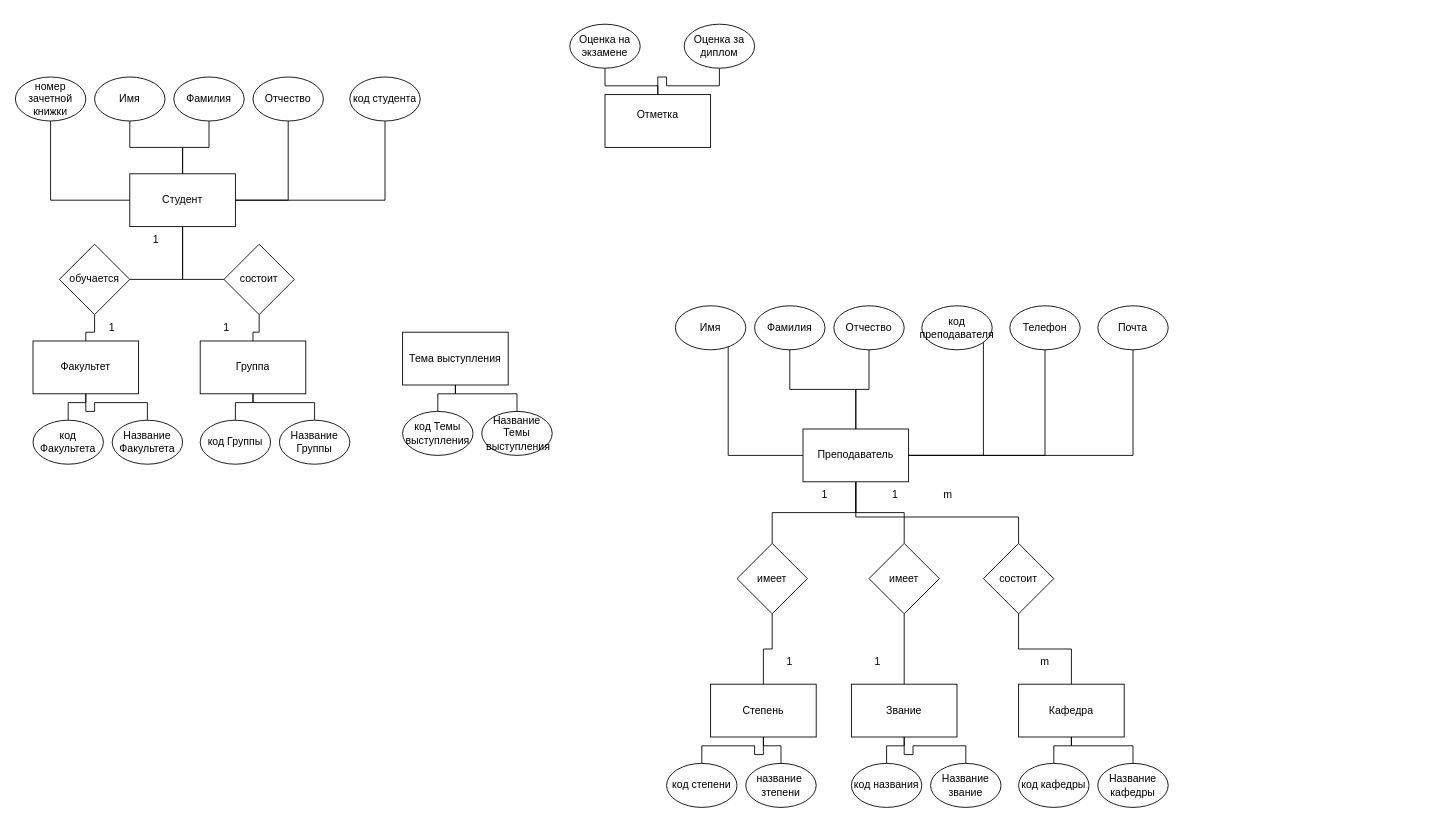
Before: Диаграмма без названия.drawio in di-not/Data-Bases-Laboratory-Works, a draw.io diagram. Source tidied: cells renumbered, new cells numbered last; positions are measured from the earlier drawing's top-left corner, leaving out a move shared by most shapes. Both pictures are drawn from the tidied source at 88%, with x=0, y=0 at pixel (15, 24).
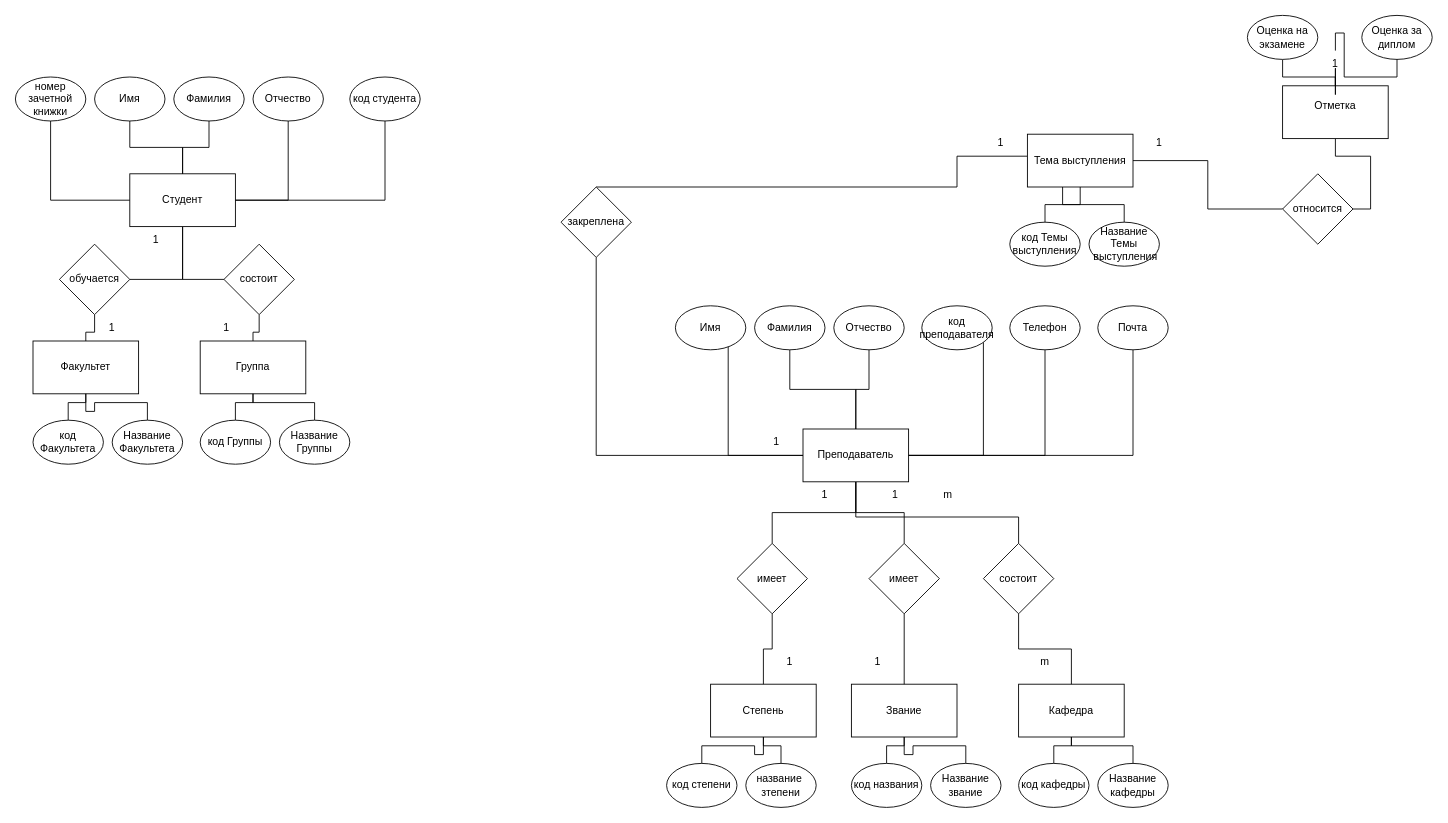
The same diagram, later.

The change refers to these unchanged cells:
```xml
<mxCell id="20" value="Преподаватель" style="rounded=0;whiteSpace=wrap;html=1;" parent="1" vertex="1">
  <mxGeometry x="895" y="460" width="120" height="60" as="geometry" />
</mxCell>
```

The edit, as a diff of the source:
```diff
@@
+    <mxCell id="85" style="edgeStyle=orthogonalEdgeStyle;rounded=0;jettySize=auto;html=1;entryX=0.5;entryY=0;entryDx=0;entryDy=0;endArrow=none;endFill=0;" parent="1" edge="1" source="58" target="88">
+      <mxGeometry relative="1" as="geometry">
+        <Array as="points">
+          <mxPoint x="1070" y="150" />
+          <mxPoint x="1070" y="185" />
+        </Array>
+      </mxGeometry>
+    </mxCell>
     <mxCell id="58" value="Тема выступления" style="rounded=0;whiteSpace=wrap;html=1;" parent="1" vertex="1">
-      <mxGeometry x="440" y="350" width="120" height="60" as="geometry" />
+      <mxGeometry x="1150" y="125" width="120" height="60" as="geometry" />
     </mxCell>
@@
     <mxCell id="60" value="код Темы выступления" style="ellipse;whiteSpace=wrap;html=1;" parent="1" vertex="1">
-      <mxGeometry x="440" y="440" width="80" height="50" as="geometry" />
+      <mxGeometry x="1130" y="225" width="80" height="50" as="geometry" />
     </mxCell>
     <mxCell id="61" style="edgeStyle=orthogonalEdgeStyle;rounded=0;jettySize=auto;html=1;endArrow=none;endFill=0;" parent="1" edge="1" source="62" target="58">
       <mxGeometry relative="1" as="geometry">
         <Array as="points">
-          <mxPoint x="570" y="420" />
-          <mxPoint x="500" y="420" />
+          <mxPoint x="1260" y="205" />
+          <mxPoint x="1190" y="205" />
         </Array>
       </mxGeometry>
     </mxCell>
     <mxCell id="62" value="Название Темы&lt;div&gt;&amp;nbsp;выступления&lt;/div&gt;" style="ellipse;whiteSpace=wrap;html=1;" parent="1" vertex="1">
-      <mxGeometry x="530" y="440" width="80" height="50" as="geometry" />
+      <mxGeometry x="1220" y="225" width="80" height="50" as="geometry" />
     </mxCell>
+    <mxCell id="86" style="edgeStyle=orthogonalEdgeStyle;rounded=0;jettySize=auto;html=1;entryX=1;entryY=0.5;entryDx=0;entryDy=0;endArrow=none;endFill=0;" parent="1" edge="1" source="63" target="90">
+      <mxGeometry relative="1" as="geometry" />
+    </mxCell>
     <mxCell id="63" value="Отметка&lt;div&gt;&lt;br&gt;&lt;/div&gt;" style="rounded=0;whiteSpace=wrap;html=1;" parent="1" vertex="1">
-      <mxGeometry x="670" y="80" width="120" height="60" as="geometry" />
+      <mxGeometry x="1440" y="70" width="120" height="60" as="geometry" />
     </mxCell>
@@
     <mxCell id="65" value="Оценка на экзамене" style="ellipse;whiteSpace=wrap;html=1;" parent="1" vertex="1">
-      <mxGeometry x="630" width="80" height="50" as="geometry" />
+      <mxGeometry x="1400" y="-10" width="80" height="50" as="geometry" />
     </mxCell>
-    <mxCell id="66" style="edgeStyle=orthogonalEdgeStyle;rounded=0;jettySize=auto;html=1;endArrow=none;endFill=0;" parent="1" edge="1" source="67" target="63">
+    <mxCell id="66" style="edgeStyle=orthogonalEdgeStyle;rounded=0;jettySize=auto;html=1;endArrow=none;endFill=0;" parent="1" edge="1" source="92" target="63">
       <mxGeometry relative="1" as="geometry" />
     </mxCell>
     <mxCell id="67" value="Оценка за диплом" style="ellipse;whiteSpace=wrap;html=1;" parent="1" vertex="1">
-      <mxGeometry x="760" width="80" height="50" as="geometry" />
+      <mxGeometry x="1530" y="-10" width="80" height="50" as="geometry" />
     </mxCell>
@@
+    <mxCell id="87" style="edgeStyle=orthogonalEdgeStyle;rounded=0;jettySize=auto;html=1;entryX=0;entryY=0.5;entryDx=0;entryDy=0;endArrow=none;endFill=0;" parent="1" edge="1" source="88" target="20">
+      <mxGeometry relative="1" as="geometry">
+        <Array as="points">
+          <mxPoint x="660" y="490" />
+        </Array>
+      </mxGeometry>
+    </mxCell>
+    <mxCell id="88" value="закреплена" style="rhombus;whiteSpace=wrap;html=1;" parent="1" vertex="1">
+      <mxGeometry x="620" y="185" width="80" height="80" as="geometry" />
+    </mxCell>
+    <mxCell id="89" style="edgeStyle=orthogonalEdgeStyle;rounded=0;jettySize=auto;html=1;entryX=1;entryY=0.5;entryDx=0;entryDy=0;endArrow=none;endFill=0;" parent="1" edge="1" source="90" target="58">
+      <mxGeometry relative="1" as="geometry" />
+    </mxCell>
+    <mxCell id="90" value="относится" style="rhombus;whiteSpace=wrap;html=1;" parent="1" vertex="1">
+      <mxGeometry x="1440" y="170" width="80" height="80" as="geometry" />
+    </mxCell>
+    <mxCell id="91" style="edgeStyle=orthogonalEdgeStyle;rounded=0;jettySize=auto;html=1;endArrow=none;endFill=0;" parent="1" edge="1" source="67" target="92">
+      <mxGeometry relative="1" as="geometry" />
+    </mxCell>
+    <mxCell id="92" value="1" style="text;html=1;align=center;verticalAlign=middle;whiteSpace=wrap;rounded=0;" parent="1" vertex="1">
+      <mxGeometry x="1470" y="30" width="60" height="30" as="geometry" />
+    </mxCell>
+    <mxCell id="93" value="1" style="text;html=1;align=center;verticalAlign=middle;whiteSpace=wrap;rounded=0;" parent="1" vertex="1">
+      <mxGeometry x="1270" y="120" width="60" height="30" as="geometry" />
+    </mxCell>
+    <mxCell id="94" value="1" style="text;html=1;align=center;verticalAlign=middle;whiteSpace=wrap;rounded=0;" parent="1" vertex="1">
+      <mxGeometry x="1090" y="120" width="60" height="30" as="geometry" />
+    </mxCell>
+    <mxCell id="95" value="1" style="text;html=1;align=center;verticalAlign=middle;whiteSpace=wrap;rounded=0;" parent="1" vertex="1">
+      <mxGeometry x="835" y="460" width="60" height="30" as="geometry" />
+    </mxCell>
```
